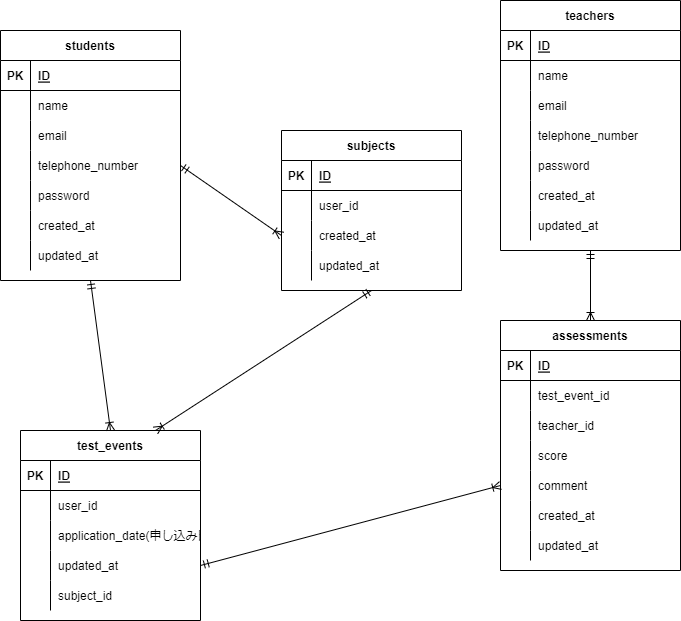
This is 20220710mashita/er3.drawio.png from reth4e/database_practice, a draw.io export, as it was before one commit. Source tidied: cells renumbered, new cells last; positions are measured from the earlier drawing's top-left corner, leaving out a move shared by most shapes.
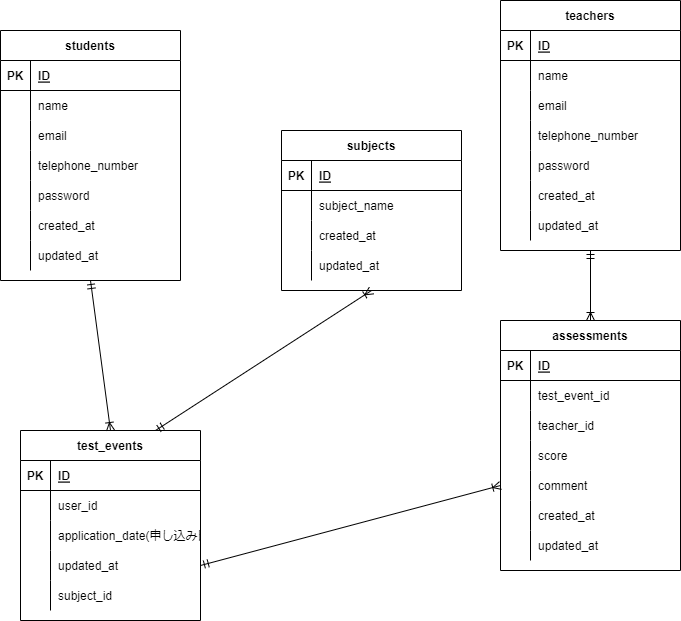
After the commit.

What changed in the source:
```diff
@@ -275,7 +275,7 @@
     <mxCell id="92" style="shape=partialRectangle;fillColor=none;top=0;left=0;bottom=0;right=0;overflow=hidden;" parent="91" vertex="1">
       <mxGeometry width="30" height="30" as="geometry" />
     </mxCell>
-    <mxCell id="93" value="user_id" style="shape=partialRectangle;fillColor=none;top=0;left=0;bottom=0;right=0;align=left;spacingLeft=6;overflow=hidden;" parent="91" vertex="1">
+    <mxCell id="93" value="subject_name" style="shape=partialRectangle;fillColor=none;top=0;left=0;bottom=0;right=0;align=left;spacingLeft=6;overflow=hidden;" parent="91" vertex="1">
       <mxGeometry x="30" width="150" height="30" as="geometry" />
     </mxCell>
     <mxCell id="94" style="shape=partialRectangle;fillColor=none;top=0;left=0;bottom=0;right=0;points=[[0,0.5],[1,0.5]];portConstraint=eastwest;" parent="87" vertex="1">
@@ -296,11 +296,8 @@
     <mxCell id="99" value="updated_at" style="shape=partialRectangle;fillColor=none;top=0;left=0;bottom=0;right=0;align=left;spacingLeft=6;overflow=hidden;" parent="97" vertex="1">
       <mxGeometry x="30" width="150" height="30" as="geometry" />
     </mxCell>
-    <mxCell id="100" style="fontSize=12;html=1;endArrow=ERoneToMany;startArrow=ERmandOne;exitX=1;exitY=0.5;exitDx=0;exitDy=0;entryX=0;entryY=0.5;entryDx=0;entryDy=0;" parent="1" edge="1" source="12" target="94">
-      <mxGeometry relative="1" as="geometry" />
-    </mxCell>
-    <mxCell id="101" style="fontSize=12;html=1;endArrow=ERoneToMany;startArrow=ERmandOne;exitX=0.5;exitY=1;exitDx=0;exitDy=0;entryX=0.75;entryY=0;entryDx=0;entryDy=0;" parent="1" edge="1" source="87" target="46">
-      <mxGeometry relative="1" as="geometry" />
-    </mxCell>
+    <mxCell id="102" style="fontSize=12;html=1;endArrow=ERoneToMany;startArrow=ERmandOne;exitX=0.75;exitY=0;exitDx=0;exitDy=0;entryX=0.5;entryY=1;entryDx=0;entryDy=0;" parent="1" edge="1" source="46" target="87">
+      <mxGeometry relative="1" as="geometry" />
+    </mxCell>
   </root>
 </mxGraphModel>
```
